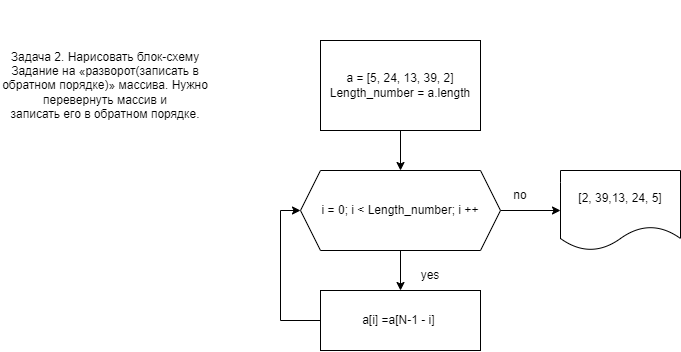
DaizaP/Travels keeps this draw.io diagram as Задача 2. Задание на "разворот массива".drawio.png. Above is the earlier version. Source tidied: cells renumbered, new cells last; positions are measured from the earlier drawing's top-left corner, leaving out a move shared by most shapes.
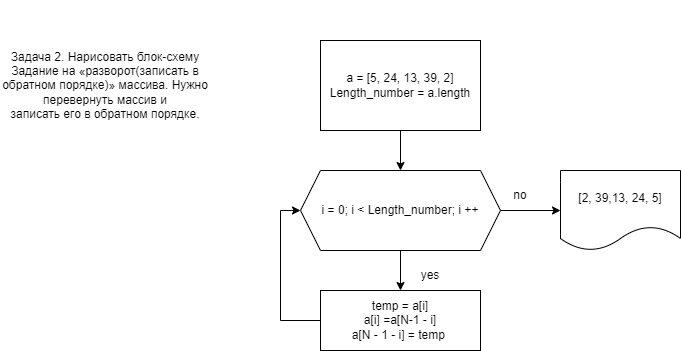
The same file after the commit.

Diff of the diagram source:
```diff
@@ -34,7 +34,7 @@
     <mxCell id="11" style="edgeStyle=orthogonalEdgeStyle;rounded=0;jettySize=auto;html=1;exitX=0;exitY=0.5;exitDx=0;exitDy=0;entryX=0;entryY=0.5;entryDx=0;entryDy=0;" parent="1" edge="1" source="12" target="7">
       <mxGeometry x="0.87" relative="1" as="geometry" />
     </mxCell>
-    <mxCell id="12" value="a[i] =a[N-1 - i]&amp;nbsp;" style="rounded=0;whiteSpace=wrap;html=1;" parent="1" vertex="1">
+    <mxCell id="12" value="temp = a[i]&lt;br&gt;a[i] =a[N-1 - i]&lt;br&gt;a[N - 1 - i] = temp&amp;nbsp;&lt;br&gt;" style="rounded=0;whiteSpace=wrap;html=1;" parent="1" vertex="1">
       <mxGeometry x="320" y="290" width="160" height="60" as="geometry" />
     </mxCell>
   </root>
```
